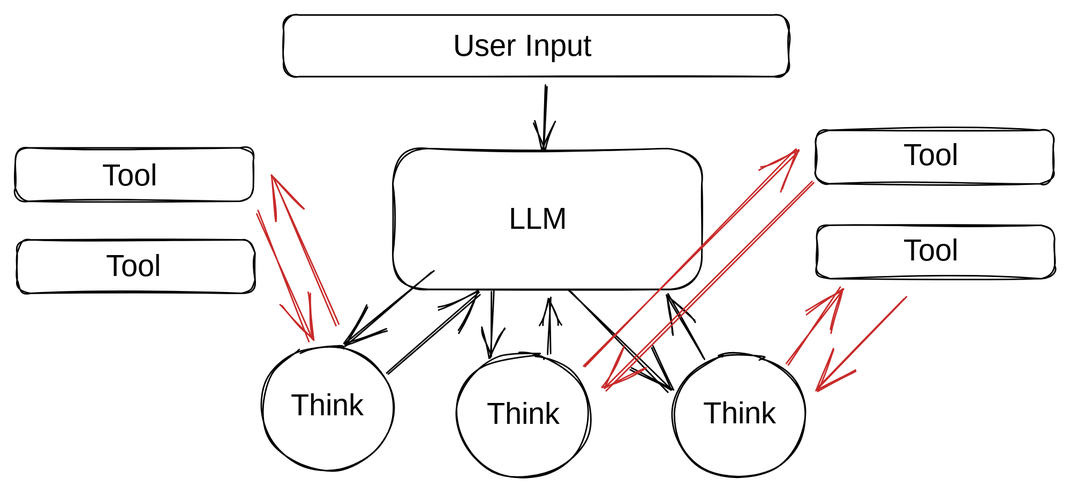
This is docs/.gitbook/assets/file.excalidraw.svg from preritdas/jeeves, a Excalidraw export, as it was before one commit. Source tidied: one line per element, renumbered; positions are measured from the earlier drawing's top-left corner, leaving out a move shared by most shapes.
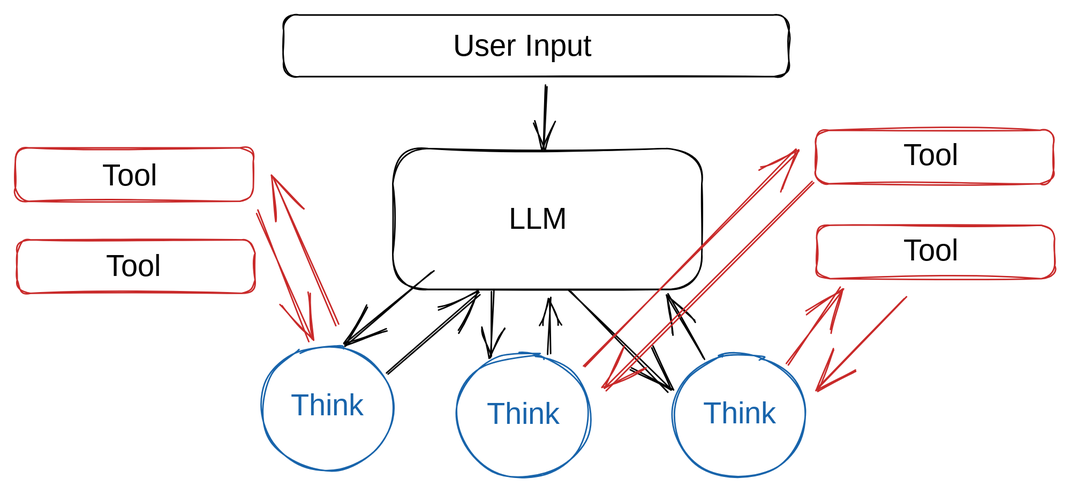
Later version of the same file.

Commit message:
GITBOOK-20: Colors.

The edit, as a diff of the source:
```diff
@@ -1,9 +1,9 @@
 {"id": 0, "type": "rectangle", "strokeColor": "#000000", "strokeWidth": 1, "roughness": 1, "round": true, "x": 252, "y": 89, "width": 206, "height": 94}
 {"id": 1, "type": "text", "text": "LLM", "strokeColor": "#000000", "strokeWidth": 1, "roughness": 1, "fontSize": 20, "fontFamily": 1, "x": 329, "y": 125, "width": 41, "height": 25}
-{"id": 2, "type": "rectangle", "strokeColor": "#000000", "strokeWidth": 1, "roughness": 1, "round": true, "x": 0, "y": 89, "width": 159, "height": 36}
+{"id": 2, "type": "rectangle", "strokeColor": "#c92a2a", "strokeWidth": 1, "roughness": 1, "round": true, "x": 0, "y": 89, "width": 159, "height": 36}
-{"id": 3, "type": "rectangle", "strokeColor": "#000000", "strokeWidth": 1, "roughness": 1, "round": true, "x": 1, "y": 150, "width": 159, "height": 36}
+{"id": 3, "type": "rectangle", "strokeColor": "#c92a2a", "strokeWidth": 1, "roughness": 1, "round": true, "x": 1, "y": 150, "width": 159, "height": 36}
-{"id": 4, "type": "rectangle", "strokeColor": "#000000", "strokeWidth": 1, "roughness": 1, "round": true, "x": 534, "y": 77, "width": 159, "height": 36}
+{"id": 4, "type": "rectangle", "strokeColor": "#c92a2a", "strokeWidth": 1, "roughness": 1, "round": true, "x": 534, "y": 77, "width": 159, "height": 36}
-{"id": 5, "type": "rectangle", "strokeColor": "#000000", "strokeWidth": 1, "roughness": 1, "round": true, "x": 535, "y": 140, "width": 159, "height": 36}
+{"id": 5, "type": "rectangle", "strokeColor": "#c92a2a", "strokeWidth": 1, "roughness": 1, "round": true, "x": 535, "y": 140, "width": 159, "height": 36}
 {"id": 6, "type": "text", "text": "Tool", "strokeColor": "#000000", "strokeWidth": 1, "roughness": 1, "fontSize": 20, "fontFamily": 1, "x": 58, "y": 96, "width": 46, "height": 25}
 {"id": 7, "type": "text", "text": "Tool", "strokeColor": "#000000", "strokeWidth": 1, "roughness": 1, "fontSize": 20, "fontFamily": 1, "x": 592, "y": 146, "width": 46, "height": 25}
 {"id": 8, "type": "text", "text": "Tool", "strokeColor": "#000000", "strokeWidth": 1, "roughness": 1, "fontSize": 20, "fontFamily": 1, "x": 593, "y": 82, "width": 46, "height": 25}
@@ -11,13 +11,13 @@
 {"id": 10, "type": "rectangle", "strokeColor": "#000000", "strokeWidth": 1, "roughness": 1, "round": true, "x": 179, "y": 0, "width": 337, "height": 41}
 {"id": 11, "type": "text", "text": "User Input", "strokeColor": "#000000", "strokeWidth": 1, "roughness": 1, "fontSize": 20, "fontFamily": 1, "x": 292, "y": 9, "width": 109, "height": 25}
 {"id": 12, "type": "arrow", "strokeColor": "#000000", "strokeWidth": 1, "roughness": 1, "endArrowhead": "arrow", "round": true, "from": 11, "to": 0, "x": 354, "y": 48, "width": 2, "height": 40, "points": [[0, 0], [-2, 40]]}
-{"id": 13, "type": "ellipse", "strokeColor": "#000000", "strokeWidth": 1, "roughness": 1, "round": true, "x": 164, "y": 220, "width": 88, "height": 83}
+{"id": 13, "type": "ellipse", "strokeColor": "#1864ab", "strokeWidth": 1, "roughness": 1, "round": true, "x": 164, "y": 220, "width": 88, "height": 83}
-{"id": 14, "type": "text", "text": "Think", "strokeColor": "#000000", "strokeWidth": 1, "roughness": 1, "fontSize": 20, "fontFamily": 1, "textAlign": "center", "verticalAlign": "middle", "inside": 13, "x": 183, "y": 250, "width": 51, "height": 23}
+{"id": 14, "type": "text", "text": "Think", "strokeColor": "#1864ab", "strokeWidth": 1, "roughness": 1, "fontSize": 20, "fontFamily": 1, "textAlign": "center", "verticalAlign": "middle", "inside": 13, "x": 183, "y": 250, "width": 51, "height": 23}
-{"id": 15, "type": "ellipse", "strokeColor": "#000000", "strokeWidth": 1, "roughness": 1, "round": true, "x": 295, "y": 226, "width": 88, "height": 83}
+{"id": 15, "type": "ellipse", "strokeColor": "#1864ab", "strokeWidth": 1, "roughness": 1, "round": true, "x": 295, "y": 226, "width": 88, "height": 83}
-{"id": 16, "type": "text", "text": "Think", "strokeColor": "#000000", "strokeWidth": 1, "roughness": 1, "fontSize": 20, "fontFamily": 1, "textAlign": "center", "verticalAlign": "middle", "inside": 15, "x": 313, "y": 256, "width": 51, "height": 23}
+{"id": 16, "type": "text", "text": "Think", "strokeColor": "#1864ab", "strokeWidth": 1, "roughness": 1, "fontSize": 20, "fontFamily": 1, "textAlign": "center", "verticalAlign": "middle", "inside": 15, "x": 313, "y": 256, "width": 51, "height": 23}
-{"id": 17, "type": "ellipse", "strokeColor": "#000000", "strokeWidth": 1, "roughness": 1, "round": true, "x": 439, "y": 226, "width": 88, "height": 83}
+{"id": 17, "type": "ellipse", "strokeColor": "#1864ab", "strokeWidth": 1, "roughness": 1, "round": true, "x": 439, "y": 226, "width": 88, "height": 83}
-{"id": 18, "type": "text", "text": "Think", "strokeColor": "#000000", "strokeWidth": 1, "roughness": 1, "fontSize": 20, "fontFamily": 1, "textAlign": "center", "verticalAlign": "middle", "inside": 17, "x": 458, "y": 255, "width": 51, "height": 23}
+{"id": 18, "type": "text", "text": "Think", "strokeColor": "#1864ab", "strokeWidth": 1, "roughness": 1, "fontSize": 20, "fontFamily": 1, "textAlign": "center", "verticalAlign": "middle", "inside": 17, "x": 458, "y": 255, "width": 51, "height": 23}
-{"id": 19, "type": "arrow", "strokeColor": "#000000", "strokeWidth": 1, "roughness": 1, "endArrowhead": "arrow", "round": true, "to": 13, "x": 279, "y": 171, "width": 59, "height": 49, "points": [[0, 0], [-59, 49]]}
+{"id": 19, "type": "arrow", "strokeColor": "#000000", "strokeWidth": 1, "roughness": 1, "endArrowhead": "arrow", "round": true, "to": 13, "x": 279, "y": 171, "width": 60, "height": 49, "points": [[0, 0], [-60, 49]]}
 {"id": 20, "type": "arrow", "strokeColor": "#000000", "strokeWidth": 1, "roughness": 1, "endArrowhead": "arrow", "round": true, "from": 13, "to": 0, "x": 248, "y": 239, "width": 61, "height": 53, "points": [[0, 0], [61, -53]]}
 {"id": 21, "type": "arrow", "strokeColor": "#000000", "strokeWidth": 1, "roughness": 1, "endArrowhead": "arrow", "round": true, "from": 0, "to": 15, "x": 319, "y": 184, "width": 2, "height": 45, "points": [[0, 0], [-2, 45]]}
 {"id": 22, "type": "arrow", "strokeColor": "#000000", "strokeWidth": 1, "roughness": 1, "endArrowhead": "arrow", "round": true, "from": 15, "to": 0, "x": 355, "y": 225, "width": 2, "height": 36, "points": [[0, 0], [2, -36]]}
```
